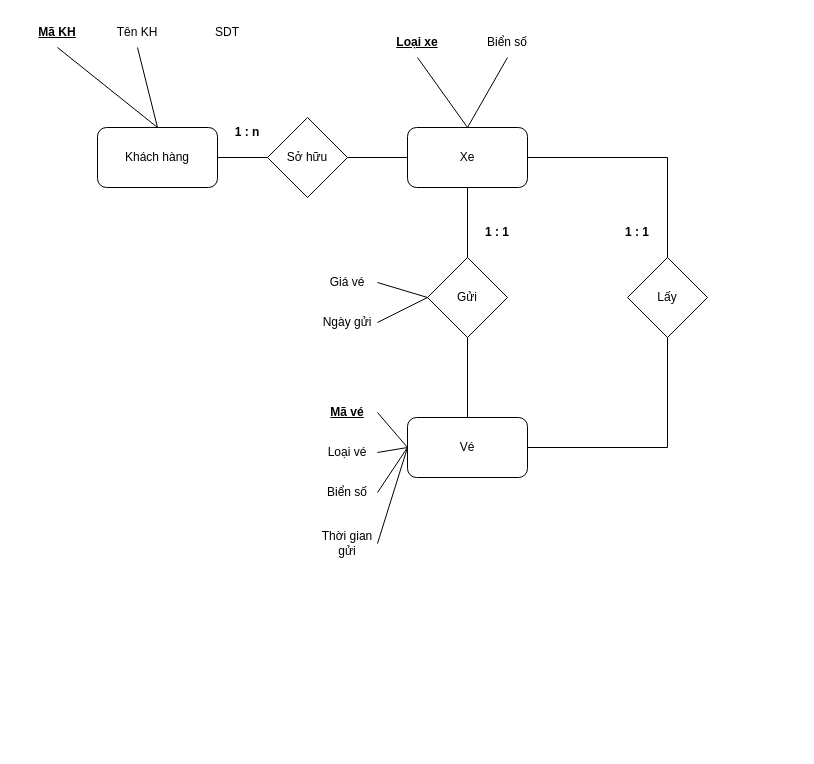
Above: Bai_1_Buoi_7.drawio in vhttam/tamvo2502.github.io (draw.io), before the change. Source tidied: cells renumbered, new cells numbered last; positions are measured from the earlier drawing's top-left corner, leaving out a move shared by most shapes. Both pictures are drawn from the tidied source at 100%, with x=0, y=0 at pixel (27, 17).
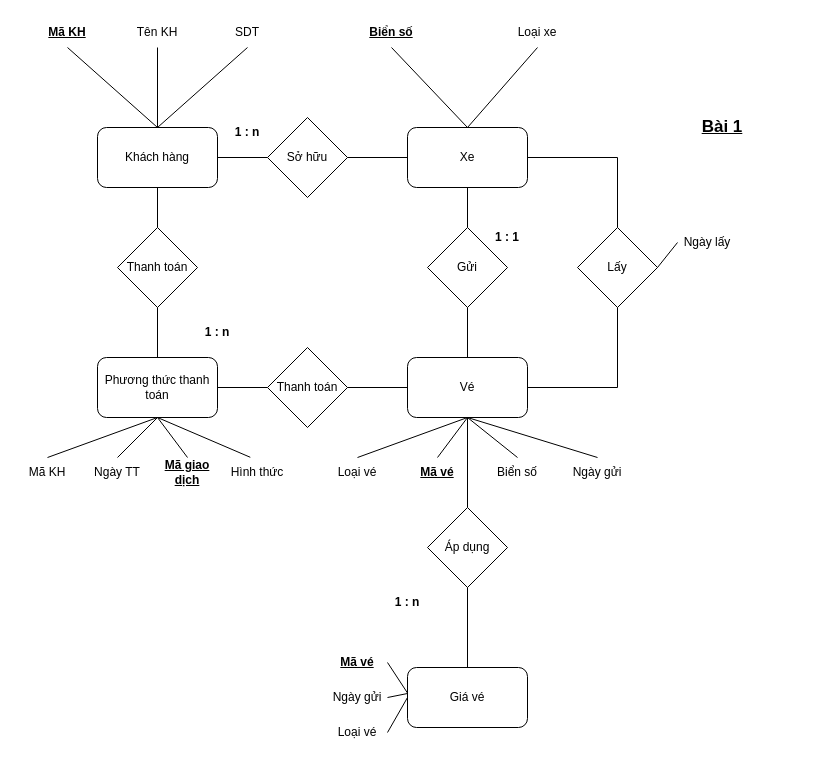
Above is the later version.

Commit message (it also covers changes not shown here):
Cập nhật Bai_1_Buoi_7.drawio

The change refers to these unchanged cells:
```xml
<mxCell id="2" value="Khách hàng" style="rounded=1;whiteSpace=wrap;html=1;" parent="1" vertex="1">
  <mxGeometry x="70" y="110" width="120" height="60" as="geometry" />
</mxCell>
<mxCell id="5" value="Xe" style="rounded=1;whiteSpace=wrap;html=1;" parent="1" vertex="1">
  <mxGeometry x="380" y="110" width="120" height="60" as="geometry" />
</mxCell>
```

Change to the diagram source:
```diff
@@
     <mxCell id="3" value="&lt;b&gt;&lt;u&gt;Mã KH&lt;/u&gt;&lt;/b&gt;" style="text;html=1;align=center;verticalAlign=middle;whiteSpace=wrap;rounded=0;" parent="1" vertex="1">
-      <mxGeometry width="60" height="30" as="geometry" />
+      <mxGeometry x="10" width="60" height="30" as="geometry" />
     </mxCell>
     <mxCell id="4" value="Tên KH" style="text;html=1;align=center;verticalAlign=middle;whiteSpace=wrap;rounded=0;" parent="1" vertex="1">
-      <mxGeometry x="80" width="60" height="30" as="geometry" />
+      <mxGeometry x="100" width="60" height="30" as="geometry" />
     </mxCell>
@@
-    <mxCell id="6" value="&lt;u&gt;&lt;b&gt;Loại xe&lt;/b&gt;&lt;/u&gt;" style="text;html=1;align=center;verticalAlign=middle;whiteSpace=wrap;rounded=0;" parent="1" vertex="1">
-      <mxGeometry x="360" y="10" width="60" height="30" as="geometry" />
+    <mxCell id="6" value="&lt;b&gt;&lt;u&gt;Biển số&lt;/u&gt;&lt;/b&gt;" style="text;html=1;align=center;verticalAlign=middle;whiteSpace=wrap;rounded=0;" parent="1" vertex="1">
+      <mxGeometry x="334" width="60" height="30" as="geometry" />
     </mxCell>
-    <mxCell id="7" value="Biển số" style="text;html=1;align=center;verticalAlign=middle;whiteSpace=wrap;rounded=0;" parent="1" vertex="1">
-      <mxGeometry x="450" y="10" width="60" height="30" as="geometry" />
+    <mxCell id="7" value="Loại xe" style="text;html=1;align=center;verticalAlign=middle;whiteSpace=wrap;rounded=0;" parent="1" vertex="1">
+      <mxGeometry x="480" width="60" height="30" as="geometry" />
     </mxCell>
@@
-    <mxCell id="9" value="Gửi" style="rhombus;whiteSpace=wrap;html=1;" parent="1" vertex="1">
-      <mxGeometry x="400" y="240" width="80" height="80" as="geometry" />
-    </mxCell>
-    <mxCell id="10" value="Vé" style="rounded=1;whiteSpace=wrap;html=1;" parent="1" vertex="1">
-      <mxGeometry x="380" y="400" width="120" height="60" as="geometry" />
-    </mxCell>
-    <mxCell id="11" value="&lt;u&gt;&lt;b&gt;Mã vé&lt;/b&gt;&lt;/u&gt;" style="text;html=1;align=center;verticalAlign=middle;whiteSpace=wrap;rounded=0;" parent="1" vertex="1">
-      <mxGeometry x="290" y="380" width="60" height="30" as="geometry" />
-    </mxCell>
-    <mxCell id="12" value="Loại vé" style="text;html=1;align=center;verticalAlign=middle;whiteSpace=wrap;rounded=0;" parent="1" vertex="1">
-      <mxGeometry x="290" y="420" width="60" height="30" as="geometry" />
-    </mxCell>
-    <mxCell id="13" value="Biển số" style="text;html=1;align=center;verticalAlign=middle;whiteSpace=wrap;rounded=0;" parent="1" vertex="1">
-      <mxGeometry x="290" y="460" width="60" height="30" as="geometry" />
-    </mxCell>
-    <mxCell id="14" value="Ngày gửi" style="text;html=1;align=center;verticalAlign=middle;whiteSpace=wrap;rounded=0;" parent="1" vertex="1">
-      <mxGeometry x="290" y="290" width="60" height="30" as="geometry" />
-    </mxCell>
-    <mxCell id="15" value="Giá vé" style="text;html=1;align=center;verticalAlign=middle;whiteSpace=wrap;rounded=0;" parent="1" vertex="1">
-      <mxGeometry x="290" y="250" width="60" height="30" as="geometry" />
-    </mxCell>
-    <mxCell id="16" value="Lấy" style="rhombus;whiteSpace=wrap;html=1;" parent="1" vertex="1">
-      <mxGeometry x="600" y="240" width="80" height="80" as="geometry" />
-    </mxCell>
-    <mxCell id="17" style="endArrow=none;html=1;rounded=0;exitX=1;exitY=0.5;exitDx=0;exitDy=0;" parent="1" edge="1" source="11">
-      <mxGeometry relative="1" as="geometry">
-        <mxPoint x="380" y="430" as="targetPoint" />
-      </mxGeometry>
-    </mxCell>
-    <mxCell id="18" style="endArrow=none;html=1;rounded=0;exitX=1;exitY=0.5;exitDx=0;exitDy=0;" parent="1" edge="1" source="12">
-      <mxGeometry relative="1" as="geometry">
-        <mxPoint x="380" y="430" as="targetPoint" />
-      </mxGeometry>
-    </mxCell>
-    <mxCell id="19" style="endArrow=none;html=1;rounded=0;exitX=1;exitY=0.5;exitDx=0;exitDy=0;" parent="1" edge="1" source="13">
-      <mxGeometry relative="1" as="geometry">
-        <mxPoint x="380" y="430" as="targetPoint" />
-      </mxGeometry>
-    </mxCell>
-    <mxCell id="20" style="endArrow=none;html=1;rounded=0;exitX=1;exitY=0.5;exitDx=0;exitDy=0;" parent="1" edge="1" source="15">
-      <mxGeometry relative="1" as="geometry">
-        <mxPoint x="400" y="280" as="targetPoint" />
-      </mxGeometry>
-    </mxCell>
-    <mxCell id="21" value="Thời gian gửi" style="text;html=1;align=center;verticalAlign=middle;whiteSpace=wrap;rounded=0;" parent="1" vertex="1">
-      <mxGeometry x="290" y="511" width="60" height="30" as="geometry" />
-    </mxCell>
-    <mxCell id="22" style="endArrow=none;html=1;rounded=0;exitX=0.5;exitY=0;exitDx=0;exitDy=0;" parent="1" edge="1" source="10">
-      <mxGeometry relative="1" as="geometry">
-        <mxPoint x="440" y="320" as="targetPoint" />
-      </mxGeometry>
-    </mxCell>
-    <mxCell id="23" style="endArrow=none;html=1;rounded=0;exitX=0.5;exitY=0;exitDx=0;exitDy=0;entryX=0.5;entryY=1;entryDx=0;entryDy=0;" parent="1" edge="1" source="9" target="5">
-      <mxGeometry relative="1" as="geometry" />
-    </mxCell>
@@
-    <mxCell id="26" style="endArrow=none;html=1;rounded=0;exitX=1;exitY=0.5;exitDx=0;exitDy=0;" parent="1" edge="1" source="10">
-      <mxGeometry relative="1" as="geometry">
-        <mxPoint x="640" y="320" as="targetPoint" />
-        <Array as="points">
-          <mxPoint x="640" y="430" />
-        </Array>
-      </mxGeometry>
-    </mxCell>
-    <mxCell id="27" style="endArrow=none;html=1;rounded=0;entryX=0.5;entryY=0;entryDx=0;entryDy=0;exitX=1;exitY=0.5;exitDx=0;exitDy=0;" parent="1" edge="1" source="5" target="16">
-      <mxGeometry relative="1" as="geometry">
-        <Array as="points">
-          <mxPoint x="640" y="140" />
-        </Array>
-      </mxGeometry>
-    </mxCell>
@@
-    <mxCell id="32" style="endArrow=none;html=1;rounded=0;exitX=1;exitY=0.5;exitDx=0;exitDy=0;" parent="1" edge="1" source="21">
-      <mxGeometry relative="1" as="geometry">
-        <mxPoint x="380" y="430" as="targetPoint" />
-      </mxGeometry>
-    </mxCell>
-    <mxCell id="33" style="endArrow=none;html=1;rounded=0;exitX=1;exitY=0.5;exitDx=0;exitDy=0;" parent="1" edge="1" source="14">
-      <mxGeometry relative="1" as="geometry">
-        <mxPoint x="400" y="280" as="targetPoint" />
-      </mxGeometry>
-    </mxCell>
@@
-    <mxCell id="35" value="&lt;b&gt;1 : 1&lt;/b&gt;" style="text;html=1;align=center;verticalAlign=middle;whiteSpace=wrap;rounded=0;" parent="1" vertex="1">
-      <mxGeometry x="440" y="200" width="60" height="30" as="geometry" />
-    </mxCell>
-    <mxCell id="36" value="&lt;b&gt;1 : 1&lt;/b&gt;" style="text;html=1;align=center;verticalAlign=middle;whiteSpace=wrap;rounded=0;" parent="1" vertex="1">
-      <mxGeometry x="580" y="200" width="60" height="30" as="geometry" />
-    </mxCell>
     <mxCell id="37" value="SDT" style="text;html=1;align=center;verticalAlign=middle;whiteSpace=wrap;rounded=0;" parent="1" vertex="1">
-      <mxGeometry x="170" width="60" height="30" as="geometry" />
+      <mxGeometry x="190" width="60" height="30" as="geometry" />
     </mxCell>
+    <mxCell id="38" style="endArrow=none;html=1;rounded=0;entryX=0.5;entryY=1;entryDx=0;entryDy=0;" parent="1" edge="1" target="37">
+      <mxGeometry relative="1" as="geometry">
+        <mxPoint x="130" y="110" as="sourcePoint" />
+      </mxGeometry>
+    </mxCell>
+    <mxCell id="15" value="Giá vé" style="rounded=1;whiteSpace=wrap;html=1;" parent="1" vertex="1">
+      <mxGeometry x="380" y="650" width="120" height="60" as="geometry" />
+    </mxCell>
+    <mxCell id="39" value="&lt;u&gt;&lt;b&gt;Mã vé&lt;/b&gt;&lt;/u&gt;" style="text;html=1;align=center;verticalAlign=middle;whiteSpace=wrap;rounded=0;" parent="1" vertex="1">
+      <mxGeometry x="300" y="630" width="60" height="30" as="geometry" />
+    </mxCell>
+    <mxCell id="9" value="Gửi" style="rhombus;whiteSpace=wrap;html=1;" parent="1" vertex="1">
+      <mxGeometry x="400" y="210" width="80" height="80" as="geometry" />
+    </mxCell>
+    <mxCell id="40" style="endArrow=none;html=1;rounded=0;entryX=0.5;entryY=1;entryDx=0;entryDy=0;" parent="1" edge="1" target="5">
+      <mxGeometry relative="1" as="geometry">
+        <mxPoint x="440" y="210" as="sourcePoint" />
+      </mxGeometry>
+    </mxCell>
+    <mxCell id="41" value="Ngày gửi" style="text;html=1;align=center;verticalAlign=middle;whiteSpace=wrap;rounded=0;" parent="1" vertex="1">
+      <mxGeometry x="300" y="665" width="60" height="30" as="geometry" />
+    </mxCell>
+    <mxCell id="16" value="Lấy" style="rhombus;whiteSpace=wrap;html=1;" parent="1" vertex="1">
+      <mxGeometry x="550" y="210" width="80" height="80" as="geometry" />
+    </mxCell>
+    <mxCell id="42" style="endArrow=none;html=1;rounded=0;exitX=1;exitY=0.5;exitDx=0;exitDy=0;" parent="1" edge="1" source="39">
+      <mxGeometry relative="1" as="geometry">
+        <mxPoint x="380" y="675.5" as="targetPoint" />
+      </mxGeometry>
+    </mxCell>
+    <mxCell id="43" style="endArrow=none;html=1;rounded=0;exitX=1;exitY=0.5;exitDx=0;exitDy=0;" parent="1" edge="1" source="41">
+      <mxGeometry relative="1" as="geometry">
+        <mxPoint x="380" y="676" as="targetPoint" />
+      </mxGeometry>
+    </mxCell>
+    <mxCell id="44" style="endArrow=none;html=1;rounded=0;entryX=0.5;entryY=0;entryDx=0;entryDy=0;" parent="1" edge="1" target="16">
+      <mxGeometry relative="1" as="geometry">
+        <mxPoint x="500" y="140" as="sourcePoint" />
+        <Array as="points">
+          <mxPoint x="590" y="140" />
+        </Array>
+      </mxGeometry>
+    </mxCell>
+    <mxCell id="45" value="Ngày lấy" style="text;html=1;align=center;verticalAlign=middle;whiteSpace=wrap;rounded=0;" parent="1" vertex="1">
+      <mxGeometry x="650" y="210" width="60" height="30" as="geometry" />
+    </mxCell>
+    <mxCell id="46" style="endArrow=none;html=1;rounded=0;entryX=0;entryY=0.5;entryDx=0;entryDy=0;" parent="1" edge="1" target="45">
+      <mxGeometry relative="1" as="geometry">
+        <mxPoint x="630" y="250" as="sourcePoint" />
+      </mxGeometry>
+    </mxCell>
+    <mxCell id="47" value="Thanh toán" style="rhombus;whiteSpace=wrap;html=1;" parent="1" vertex="1">
+      <mxGeometry x="90" y="210" width="80" height="80" as="geometry" />
+    </mxCell>
+    <mxCell id="48" style="endArrow=none;html=1;rounded=0;exitX=0.5;exitY=0;exitDx=0;exitDy=0;entryX=0.5;entryY=1;entryDx=0;entryDy=0;" parent="1" edge="1" source="47" target="2">
+      <mxGeometry relative="1" as="geometry" />
+    </mxCell>
+    <mxCell id="49" value="&lt;b&gt;1 : 1&lt;/b&gt;" style="text;html=1;align=center;verticalAlign=middle;whiteSpace=wrap;rounded=0;" parent="1" vertex="1">
+      <mxGeometry x="450" y="205" width="60" height="30" as="geometry" />
+    </mxCell>
+    <mxCell id="10" value="Vé" style="rounded=1;whiteSpace=wrap;html=1;" parent="1" vertex="1">
+      <mxGeometry x="380" y="340" width="120" height="60" as="geometry" />
+    </mxCell>
+    <mxCell id="50" style="endArrow=none;html=1;rounded=0;exitX=0.5;exitY=0;exitDx=0;exitDy=0;" parent="1" edge="1" source="10">
+      <mxGeometry relative="1" as="geometry">
+        <mxPoint x="440" y="290" as="targetPoint" />
+      </mxGeometry>
+    </mxCell>
+    <mxCell id="51" value="Loại vé" style="text;html=1;align=center;verticalAlign=middle;whiteSpace=wrap;rounded=0;" parent="1" vertex="1">
+      <mxGeometry x="300" y="440" width="60" height="30" as="geometry" />
+    </mxCell>
+    <mxCell id="52" value="&lt;u&gt;&lt;b&gt;Mã vé&lt;/b&gt;&lt;/u&gt;" style="text;html=1;align=center;verticalAlign=middle;whiteSpace=wrap;rounded=0;" parent="1" vertex="1">
+      <mxGeometry x="380" y="440" width="60" height="30" as="geometry" />
+    </mxCell>
+    <mxCell id="13" value="Biển số" style="text;html=1;align=center;verticalAlign=middle;whiteSpace=wrap;rounded=0;" parent="1" vertex="1">
+      <mxGeometry x="460" y="440" width="60" height="30" as="geometry" />
+    </mxCell>
+    <mxCell id="53" value="Ngày gửi" style="text;html=1;align=center;verticalAlign=middle;whiteSpace=wrap;rounded=0;" parent="1" vertex="1">
+      <mxGeometry x="540" y="440" width="60" height="30" as="geometry" />
+    </mxCell>
+    <mxCell id="54" value="Áp dụng" style="rhombus;whiteSpace=wrap;html=1;" parent="1" vertex="1">
+      <mxGeometry x="400" y="490" width="80" height="80" as="geometry" />
+    </mxCell>
+    <mxCell id="55" value="Loại vé" style="text;html=1;align=center;verticalAlign=middle;whiteSpace=wrap;rounded=0;" parent="1" vertex="1">
+      <mxGeometry x="300" y="700" width="60" height="30" as="geometry" />
+    </mxCell>
+    <mxCell id="56" style="endArrow=none;html=1;rounded=0;exitX=1;exitY=0.5;exitDx=0;exitDy=0;" parent="1" edge="1" source="55">
+      <mxGeometry relative="1" as="geometry">
+        <mxPoint x="380" y="680" as="targetPoint" />
+      </mxGeometry>
+    </mxCell>
+    <mxCell id="57" style="endArrow=none;html=1;rounded=0;exitX=0.5;exitY=0;exitDx=0;exitDy=0;" parent="1" edge="1" source="15">
+      <mxGeometry relative="1" as="geometry">
+        <mxPoint x="440" y="570" as="targetPoint" />
+      </mxGeometry>
+    </mxCell>
+    <mxCell id="58" style="endArrow=none;html=1;rounded=0;exitX=0.5;exitY=0;exitDx=0;exitDy=0;" parent="1" edge="1" source="54">
+      <mxGeometry relative="1" as="geometry">
+        <mxPoint x="440" y="400" as="targetPoint" />
+      </mxGeometry>
+    </mxCell>
+    <mxCell id="59" value="Phương thức thanh toán" style="rounded=1;whiteSpace=wrap;html=1;" parent="1" vertex="1">
+      <mxGeometry x="70" y="340" width="120" height="60" as="geometry" />
+    </mxCell>
+    <mxCell id="60" value="Thanh toán" style="rhombus;whiteSpace=wrap;html=1;" parent="1" vertex="1">
+      <mxGeometry x="240" y="330" width="80" height="80" as="geometry" />
+    </mxCell>
+    <mxCell id="61" style="endArrow=none;html=1;rounded=0;exitX=0.5;exitY=0;exitDx=0;exitDy=0;" parent="1" edge="1" source="59">
+      <mxGeometry relative="1" as="geometry">
+        <mxPoint x="130" y="290" as="targetPoint" />
+      </mxGeometry>
+    </mxCell>
+    <mxCell id="62" style="endArrow=none;html=1;rounded=0;entryX=0;entryY=0.5;entryDx=0;entryDy=0;" parent="1" edge="1" target="10">
+      <mxGeometry relative="1" as="geometry">
+        <mxPoint x="320" y="370" as="sourcePoint" />
+      </mxGeometry>
+    </mxCell>
+    <mxCell id="63" style="endArrow=none;html=1;rounded=0;exitX=1;exitY=0.5;exitDx=0;exitDy=0;" parent="1" edge="1" source="59">
+      <mxGeometry relative="1" as="geometry">
+        <mxPoint x="240" y="370" as="targetPoint" />
+      </mxGeometry>
+    </mxCell>
+    <mxCell id="64" style="endArrow=none;html=1;rounded=0;exitX=1;exitY=0.5;exitDx=0;exitDy=0;" parent="1" edge="1" source="10">
+      <mxGeometry relative="1" as="geometry">
+        <mxPoint x="590" y="290" as="targetPoint" />
+        <Array as="points">
+          <mxPoint x="590" y="370" />
+        </Array>
+      </mxGeometry>
+    </mxCell>
+    <mxCell id="65" style="endArrow=none;html=1;rounded=0;exitX=0.5;exitY=0;exitDx=0;exitDy=0;" parent="1" edge="1" source="51">
+      <mxGeometry relative="1" as="geometry">
+        <mxPoint x="440" y="400" as="targetPoint" />
+      </mxGeometry>
+    </mxCell>
+    <mxCell id="66" style="endArrow=none;html=1;rounded=0;exitX=0.5;exitY=0;exitDx=0;exitDy=0;" parent="1" edge="1" source="52">
+      <mxGeometry relative="1" as="geometry">
+        <mxPoint x="440" y="400" as="targetPoint" />
+      </mxGeometry>
+    </mxCell>
+    <mxCell id="67" style="endArrow=none;html=1;rounded=0;exitX=0.5;exitY=0;exitDx=0;exitDy=0;" parent="1" edge="1" source="13">
+      <mxGeometry relative="1" as="geometry">
+        <mxPoint x="440" y="400" as="targetPoint" />
+      </mxGeometry>
+    </mxCell>
+    <mxCell id="68" style="endArrow=none;html=1;rounded=0;exitX=0.5;exitY=0;exitDx=0;exitDy=0;" parent="1" edge="1" source="53">
+      <mxGeometry relative="1" as="geometry">
+        <mxPoint x="440" y="400" as="targetPoint" />
+      </mxGeometry>
+    </mxCell>
+    <mxCell id="69" value="&lt;b&gt;1 : n&lt;/b&gt;" style="text;html=1;align=center;verticalAlign=middle;whiteSpace=wrap;rounded=0;" parent="1" vertex="1">
+      <mxGeometry x="160" y="300" width="60" height="30" as="geometry" />
+    </mxCell>
+    <mxCell id="70" value="Mã KH" style="text;html=1;align=center;verticalAlign=middle;whiteSpace=wrap;rounded=0;" parent="1" vertex="1">
+      <mxGeometry x="-10" y="440" width="60" height="30" as="geometry" />
+    </mxCell>
+    <mxCell id="71" value="Ngày TT" style="text;html=1;align=center;verticalAlign=middle;whiteSpace=wrap;rounded=0;" parent="1" vertex="1">
+      <mxGeometry x="60" y="440" width="60" height="30" as="geometry" />
+    </mxCell>
+    <mxCell id="72" value="&lt;b&gt;&lt;u&gt;Mã giao dịch&lt;/u&gt;&lt;/b&gt;" style="text;html=1;align=center;verticalAlign=middle;whiteSpace=wrap;rounded=0;" parent="1" vertex="1">
+      <mxGeometry x="130" y="440" width="60" height="30" as="geometry" />
+    </mxCell>
+    <mxCell id="73" value="Hình thức" style="text;html=1;align=center;verticalAlign=middle;whiteSpace=wrap;rounded=0;" parent="1" vertex="1">
+      <mxGeometry x="200" y="440" width="60" height="30" as="geometry" />
+    </mxCell>
+    <mxCell id="74" style="endArrow=none;html=1;rounded=0;exitX=0.5;exitY=0;exitDx=0;exitDy=0;" parent="1" edge="1" source="70">
+      <mxGeometry relative="1" as="geometry">
+        <mxPoint x="130" y="400" as="targetPoint" />
+      </mxGeometry>
+    </mxCell>
+    <mxCell id="75" style="endArrow=none;html=1;rounded=0;exitX=0.5;exitY=0;exitDx=0;exitDy=0;" parent="1" edge="1" source="71">
+      <mxGeometry relative="1" as="geometry">
+        <mxPoint x="130" y="400" as="targetPoint" />
+      </mxGeometry>
+    </mxCell>
+    <mxCell id="76" style="endArrow=none;html=1;rounded=0;exitX=0.5;exitY=0;exitDx=0;exitDy=0;" parent="1" edge="1" source="72">
+      <mxGeometry relative="1" as="geometry">
+        <mxPoint x="130" y="400" as="targetPoint" />
+      </mxGeometry>
+    </mxCell>
+    <mxCell id="77" style="endArrow=none;html=1;rounded=0;exitX=0.38;exitY=-0.007;exitDx=0;exitDy=0;exitPerimeter=0;" parent="1" edge="1" source="73">
+      <mxGeometry relative="1" as="geometry">
+        <mxPoint x="130" y="400" as="targetPoint" />
+      </mxGeometry>
+    </mxCell>
+    <mxCell id="78" value="&lt;b&gt;1 : n&lt;/b&gt;" style="text;html=1;align=center;verticalAlign=middle;whiteSpace=wrap;rounded=0;" parent="1" vertex="1">
+      <mxGeometry x="350" y="570" width="60" height="30" as="geometry" />
+    </mxCell>
+    <mxCell id="79" value="&lt;b&gt;&lt;u&gt;&lt;font style=&quot;font-size: 17px;&quot;&gt;Bài 1&lt;/font&gt;&lt;/u&gt;&lt;/b&gt;" style="text;html=1;align=center;verticalAlign=middle;whiteSpace=wrap;rounded=0;" parent="1" vertex="1">
+      <mxGeometry x="620" y="40" width="150" height="140" as="geometry" />
+    </mxCell>
```
